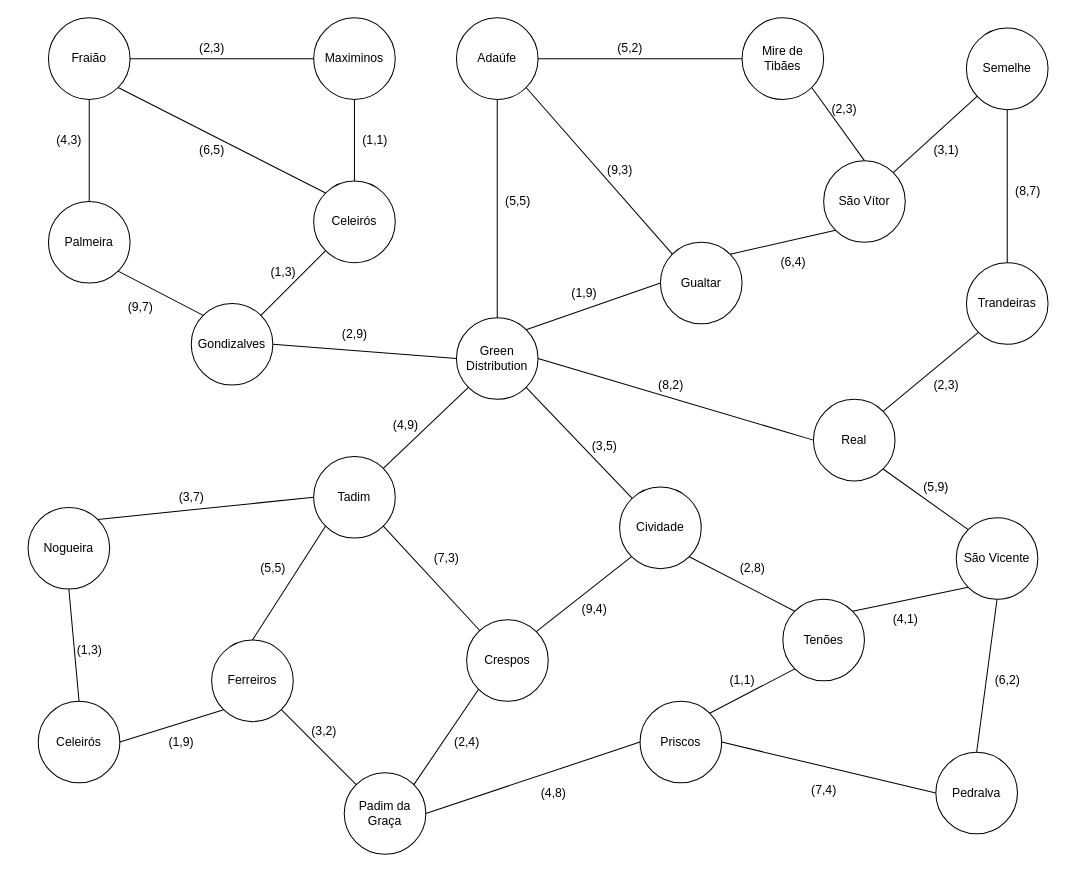
srcast/IA-2122 keeps this draw.io diagram as 2ª Fase/F2-GD-grafo.drawio. Above is the earlier version. Source tidied: cells renumbered, new cells numbered last; positions are measured from the earlier drawing's top-left corner, leaving out a move shared by most shapes. Both pictures are drawn from the tidied source at 102%, with x=0, y=0 at pixel (28, 17).
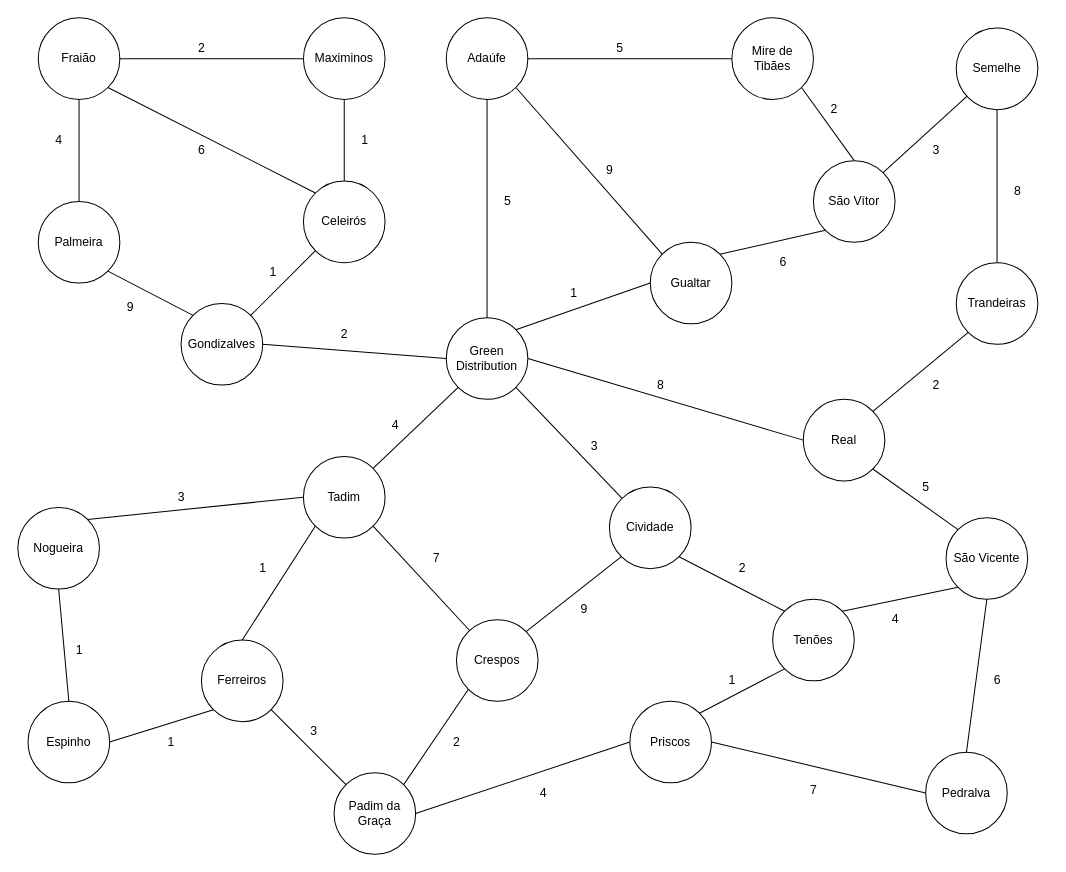
The same page after the edit.

Commit message:
grafo atualizado

Attualização do grafo:
- mudança de nodo repeito
- remoção das estimativas de tempo

The edit, as a diff of the source:
```diff
@@
     <mxCell id="2" value="Green Distribution" style="ellipse;whiteSpace=wrap;html=1;" parent="1" vertex="1">
-      <mxGeometry x="420" y="294" width="80" height="80" as="geometry" />
+      <mxGeometry x="410" y="294" width="80" height="80" as="geometry" />
     </mxCell>
     <mxCell id="3" value="Fraião" style="ellipse;whiteSpace=wrap;html=1;" parent="1" vertex="1">
-      <mxGeometry x="20" width="80" height="80" as="geometry" />
+      <mxGeometry x="10" width="80" height="80" as="geometry" />
     </mxCell>
     <mxCell id="4" value="Maximinos" style="ellipse;whiteSpace=wrap;html=1;" parent="1" vertex="1">
-      <mxGeometry x="280" width="80" height="80" as="geometry" />
+      <mxGeometry x="270" width="80" height="80" as="geometry" />
     </mxCell>
     <mxCell id="5" value="Palmeira" style="ellipse;whiteSpace=wrap;html=1;" parent="1" vertex="1">
-      <mxGeometry x="20" y="180" width="80" height="80" as="geometry" />
+      <mxGeometry x="10" y="180" width="80" height="80" as="geometry" />
     </mxCell>
     <mxCell id="6" value="Nogueira" style="ellipse;whiteSpace=wrap;html=1;" parent="1" vertex="1">
-      <mxGeometry y="480" width="80" height="80" as="geometry" />
+      <mxGeometry x="-10" y="480" width="80" height="80" as="geometry" />
     </mxCell>
     <mxCell id="7" value="Gondizalves" style="ellipse;whiteSpace=wrap;html=1;" parent="1" vertex="1">
-      <mxGeometry x="160" y="280" width="80" height="80" as="geometry" />
+      <mxGeometry x="150" y="280" width="80" height="80" as="geometry" />
     </mxCell>
     <mxCell id="8" value="Gualtar" style="ellipse;whiteSpace=wrap;html=1;" parent="1" vertex="1">
-      <mxGeometry x="620" y="220" width="80" height="80" as="geometry" />
+      <mxGeometry x="610" y="220" width="80" height="80" as="geometry" />
     </mxCell>
     <mxCell id="9" value="Celeirós" style="ellipse;whiteSpace=wrap;html=1;" parent="1" vertex="1">
-      <mxGeometry x="280" y="160" width="80" height="80" as="geometry" />
+      <mxGeometry x="270" y="160" width="80" height="80" as="geometry" />
     </mxCell>
     <mxCell id="10" value="Ferreiros" style="ellipse;whiteSpace=wrap;html=1;" parent="1" vertex="1">
-      <mxGeometry x="180" y="610" width="80" height="80" as="geometry" />
+      <mxGeometry x="170" y="610" width="80" height="80" as="geometry" />
     </mxCell>
     <mxCell id="11" value="Adaúfe" style="ellipse;whiteSpace=wrap;html=1;" parent="1" vertex="1">
-      <mxGeometry x="420" width="80" height="80" as="geometry" />
+      <mxGeometry x="410" width="80" height="80" as="geometry" />
     </mxCell>
     <mxCell id="12" value="Tadim" style="ellipse;whiteSpace=wrap;html=1;" parent="1" vertex="1">
-      <mxGeometry x="280" y="430" width="80" height="80" as="geometry" />
+      <mxGeometry x="270" y="430" width="80" height="80" as="geometry" />
     </mxCell>
     <mxCell id="13" value="Pedralva" style="ellipse;whiteSpace=wrap;html=1;" parent="1" vertex="1">
-      <mxGeometry x="890" y="720" width="80" height="80" as="geometry" />
+      <mxGeometry x="880" y="720" width="80" height="80" as="geometry" />
     </mxCell>
     <mxCell id="14" value="Mire de Tibães" style="ellipse;whiteSpace=wrap;html=1;" parent="1" vertex="1">
-      <mxGeometry x="700" width="80" height="80" as="geometry" />
+      <mxGeometry x="690" width="80" height="80" as="geometry" />
     </mxCell>
     <mxCell id="15" value="Trandeiras" style="ellipse;whiteSpace=wrap;html=1;" parent="1" vertex="1">
-      <mxGeometry x="920" y="240" width="80" height="80" as="geometry" />
+      <mxGeometry x="910" y="240" width="80" height="80" as="geometry" />
     </mxCell>
     <mxCell id="16" value="Real" style="ellipse;whiteSpace=wrap;html=1;" parent="1" vertex="1">
-      <mxGeometry x="770" y="374" width="80" height="80" as="geometry" />
+      <mxGeometry x="760" y="374" width="80" height="80" as="geometry" />
     </mxCell>
     <mxCell id="17" value="Semelhe" style="ellipse;whiteSpace=wrap;html=1;" parent="1" vertex="1">
-      <mxGeometry x="920" y="10" width="80" height="80" as="geometry" />
+      <mxGeometry x="910" y="10" width="80" height="80" as="geometry" />
     </mxCell>
     <mxCell id="18" value="São Vítor" style="ellipse;whiteSpace=wrap;html=1;" parent="1" vertex="1">
-      <mxGeometry x="780" y="140" width="80" height="80" as="geometry" />
+      <mxGeometry x="770" y="140" width="80" height="80" as="geometry" />
     </mxCell>
     <mxCell id="19" value="São Vicente" style="ellipse;whiteSpace=wrap;html=1;" parent="1" vertex="1">
-      <mxGeometry x="910" y="490" width="80" height="80" as="geometry" />
+      <mxGeometry x="900" y="490" width="80" height="80" as="geometry" />
     </mxCell>
-    <mxCell id="20" value="Celeirós" style="ellipse;whiteSpace=wrap;html=1;" parent="1" vertex="1">
-      <mxGeometry x="10" y="670" width="80" height="80" as="geometry" />
+    <mxCell id="20" value="Espinho" style="ellipse;whiteSpace=wrap;html=1;" parent="1" vertex="1">
+      <mxGeometry y="670" width="80" height="80" as="geometry" />
     </mxCell>
     <mxCell id="21" value="Padim da Graça" style="ellipse;whiteSpace=wrap;html=1;" parent="1" vertex="1">
-      <mxGeometry x="310" y="740" width="80" height="80" as="geometry" />
+      <mxGeometry x="300" y="740" width="80" height="80" as="geometry" />
     </mxCell>
     <mxCell id="22" value="Crespos" style="ellipse;whiteSpace=wrap;html=1;" parent="1" vertex="1">
-      <mxGeometry x="430" y="590" width="80" height="80" as="geometry" />
+      <mxGeometry x="420" y="590" width="80" height="80" as="geometry" />
     </mxCell>
     <mxCell id="23" value="Priscos" style="ellipse;whiteSpace=wrap;html=1;" parent="1" vertex="1">
-      <mxGeometry x="600" y="670" width="80" height="80" as="geometry" />
+      <mxGeometry x="590" y="670" width="80" height="80" as="geometry" />
     </mxCell>
     <mxCell id="24" value="Cividade" style="ellipse;whiteSpace=wrap;html=1;" parent="1" vertex="1">
-      <mxGeometry x="580" y="460" width="80" height="80" as="geometry" />
+      <mxGeometry x="570" y="460" width="80" height="80" as="geometry" />
     </mxCell>
     <mxCell id="25" value="Tenões" style="ellipse;whiteSpace=wrap;html=1;" parent="1" vertex="1">
-      <mxGeometry x="740" y="570" width="80" height="80" as="geometry" />
+      <mxGeometry x="730" y="570" width="80" height="80" as="geometry" />
     </mxCell>
@@
-    <mxCell id="56" value="(2,3)" style="text;html=1;align=center;verticalAlign=middle;strokeColor=none;fillColor=none;" parent="1" vertex="1">
-      <mxGeometry x="160" y="20" width="40" height="20" as="geometry" />
+    <mxCell id="56" value="2" style="text;html=1;align=center;verticalAlign=middle;strokeColor=none;fillColor=none;" parent="1" vertex="1">
+      <mxGeometry x="160" y="20" width="20" height="20" as="geometry" />
     </mxCell>
-    <mxCell id="57" value="(2,9)" style="text;html=1;align=center;verticalAlign=middle;strokeColor=none;fillColor=none;" parent="1" vertex="1">
-      <mxGeometry x="300" y="300" width="40" height="20" as="geometry" />
+    <mxCell id="57" value="2" style="text;html=1;align=center;verticalAlign=middle;strokeColor=none;fillColor=none;" parent="1" vertex="1">
+      <mxGeometry x="300" y="300" width="20" height="20" as="geometry" />
     </mxCell>
-    <mxCell id="58" value="(1,9)" style="text;html=1;align=center;verticalAlign=middle;strokeColor=none;fillColor=none;" parent="1" vertex="1">
-      <mxGeometry x="525" y="260" width="40" height="20" as="geometry" />
+    <mxCell id="58" value="1" style="text;html=1;align=center;verticalAlign=middle;strokeColor=none;fillColor=none;" parent="1" vertex="1">
+      <mxGeometry x="525" y="260" width="20" height="20" as="geometry" />
     </mxCell>
-    <mxCell id="59" value="(3,5)" style="text;html=1;align=center;verticalAlign=middle;strokeColor=none;fillColor=none;" parent="1" vertex="1">
-      <mxGeometry x="545" y="410" width="40" height="20" as="geometry" />
+    <mxCell id="59" value="3" style="text;html=1;align=center;verticalAlign=middle;strokeColor=none;fillColor=none;" parent="1" vertex="1">
+      <mxGeometry x="545" y="410" width="20" height="20" as="geometry" />
     </mxCell>
-    <mxCell id="60" value="(4,9)" style="text;html=1;align=center;verticalAlign=middle;strokeColor=none;fillColor=none;" parent="1" vertex="1">
-      <mxGeometry x="350" y="390" width="40" height="20" as="geometry" />
+    <mxCell id="60" value="4" style="text;html=1;align=center;verticalAlign=middle;strokeColor=none;fillColor=none;" parent="1" vertex="1">
+      <mxGeometry x="350" y="390" width="20" height="20" as="geometry" />
     </mxCell>
-    <mxCell id="61" value="(7,3)" style="text;html=1;align=center;verticalAlign=middle;strokeColor=none;fillColor=none;" parent="1" vertex="1">
-      <mxGeometry x="390" y="520" width="40" height="20" as="geometry" />
+    <mxCell id="61" value="7" style="text;html=1;align=center;verticalAlign=middle;strokeColor=none;fillColor=none;" parent="1" vertex="1">
+      <mxGeometry x="390" y="520" width="20" height="20" as="geometry" />
     </mxCell>
-    <mxCell id="62" value="(5,5)" style="text;html=1;align=center;verticalAlign=middle;strokeColor=none;fillColor=none;" parent="1" vertex="1">
-      <mxGeometry x="220" y="530" width="40" height="20" as="geometry" />
+    <mxCell id="62" value="1" style="text;html=1;align=center;verticalAlign=middle;strokeColor=none;fillColor=none;" parent="1" vertex="1">
+      <mxGeometry x="220" y="530" width="20" height="20" as="geometry" />
     </mxCell>
-    <mxCell id="63" value="(3,7)" style="text;html=1;align=center;verticalAlign=middle;strokeColor=none;fillColor=none;" parent="1" vertex="1">
-      <mxGeometry x="140" y="460" width="40" height="20" as="geometry" />
+    <mxCell id="63" value="3" style="text;html=1;align=center;verticalAlign=middle;strokeColor=none;fillColor=none;" parent="1" vertex="1">
+      <mxGeometry x="140" y="460" width="20" height="20" as="geometry" />
     </mxCell>
-    <mxCell id="64" value="(1,3)" style="text;html=1;align=center;verticalAlign=middle;strokeColor=none;fillColor=none;" parent="1" vertex="1">
-      <mxGeometry x="40" y="610" width="40" height="20" as="geometry" />
+    <mxCell id="64" value="1" style="text;html=1;align=center;verticalAlign=middle;strokeColor=none;fillColor=none;" parent="1" vertex="1">
+      <mxGeometry x="40" y="610" width="20" height="20" as="geometry" />
     </mxCell>
-    <mxCell id="65" value="(4,3)" style="text;html=1;align=center;verticalAlign=middle;strokeColor=none;fillColor=none;" parent="1" vertex="1">
-      <mxGeometry x="20" y="110" width="40" height="20" as="geometry" />
+    <mxCell id="65" value="4" style="text;html=1;align=center;verticalAlign=middle;strokeColor=none;fillColor=none;" parent="1" vertex="1">
+      <mxGeometry x="20" y="110" width="20" height="20" as="geometry" />
     </mxCell>
-    <mxCell id="66" value="(9,7)" style="text;html=1;align=center;verticalAlign=middle;strokeColor=none;fillColor=none;" parent="1" vertex="1">
-      <mxGeometry x="90" y="274" width="40" height="20" as="geometry" />
+    <mxCell id="66" value="9" style="text;html=1;align=center;verticalAlign=middle;strokeColor=none;fillColor=none;" parent="1" vertex="1">
+      <mxGeometry x="90" y="274" width="20" height="20" as="geometry" />
     </mxCell>
-    <mxCell id="67" value="(1,1)" style="text;html=1;align=center;verticalAlign=middle;strokeColor=none;fillColor=none;" parent="1" vertex="1">
-      <mxGeometry x="320" y="110" width="40" height="20" as="geometry" />
+    <mxCell id="67" value="1" style="text;html=1;align=center;verticalAlign=middle;strokeColor=none;fillColor=none;" parent="1" vertex="1">
+      <mxGeometry x="320" y="110" width="20" height="20" as="geometry" />
     </mxCell>
-    <mxCell id="68" value="(5,5)" style="text;html=1;align=center;verticalAlign=middle;strokeColor=none;fillColor=none;" parent="1" vertex="1">
-      <mxGeometry x="460" y="170" width="40" height="20" as="geometry" />
+    <mxCell id="68" value="5" style="text;html=1;align=center;verticalAlign=middle;strokeColor=none;fillColor=none;" parent="1" vertex="1">
+      <mxGeometry x="460" y="170" width="20" height="20" as="geometry" />
     </mxCell>
-    <mxCell id="69" value="(5,2)" style="text;html=1;align=center;verticalAlign=middle;strokeColor=none;fillColor=none;" parent="1" vertex="1">
-      <mxGeometry x="570" y="20" width="40" height="20" as="geometry" />
+    <mxCell id="69" value="5" style="text;html=1;align=center;verticalAlign=middle;strokeColor=none;fillColor=none;" parent="1" vertex="1">
+      <mxGeometry x="570" y="20" width="20" height="20" as="geometry" />
     </mxCell>
-    <mxCell id="70" value="(2,3)" style="text;html=1;align=center;verticalAlign=middle;strokeColor=none;fillColor=none;" parent="1" vertex="1">
-      <mxGeometry x="780" y="80" width="40" height="20" as="geometry" />
+    <mxCell id="70" value="2" style="text;html=1;align=center;verticalAlign=middle;strokeColor=none;fillColor=none;" parent="1" vertex="1">
+      <mxGeometry x="780" y="80" width="20" height="20" as="geometry" />
     </mxCell>
-    <mxCell id="71" value="(6,4)" style="text;html=1;align=center;verticalAlign=middle;strokeColor=none;fillColor=none;" parent="1" vertex="1">
-      <mxGeometry x="730" y="230" width="40" height="20" as="geometry" />
+    <mxCell id="71" value="6" style="text;html=1;align=center;verticalAlign=middle;strokeColor=none;fillColor=none;" parent="1" vertex="1">
+      <mxGeometry x="730" y="230" width="20" height="20" as="geometry" />
     </mxCell>
-    <mxCell id="72" value="(3,1)" style="text;html=1;align=center;verticalAlign=middle;strokeColor=none;fillColor=none;" parent="1" vertex="1">
-      <mxGeometry x="880" y="120" width="40" height="20" as="geometry" />
+    <mxCell id="72" value="3" style="text;html=1;align=center;verticalAlign=middle;strokeColor=none;fillColor=none;" parent="1" vertex="1">
+      <mxGeometry x="880" y="120" width="20" height="20" as="geometry" />
     </mxCell>
-    <mxCell id="73" value="(8,7)" style="text;html=1;align=center;verticalAlign=middle;strokeColor=none;fillColor=none;" parent="1" vertex="1">
-      <mxGeometry x="960" y="160" width="40" height="20" as="geometry" />
+    <mxCell id="73" value="8" style="text;html=1;align=center;verticalAlign=middle;strokeColor=none;fillColor=none;" parent="1" vertex="1">
+      <mxGeometry x="960" y="160" width="20" height="20" as="geometry" />
     </mxCell>
-    <mxCell id="74" value="(2,3)" style="text;html=1;align=center;verticalAlign=middle;strokeColor=none;fillColor=none;" parent="1" vertex="1">
-      <mxGeometry x="880" y="350" width="40" height="20" as="geometry" />
+    <mxCell id="74" value="2" style="text;html=1;align=center;verticalAlign=middle;strokeColor=none;fillColor=none;" parent="1" vertex="1">
+      <mxGeometry x="880" y="350" width="20" height="20" as="geometry" />
     </mxCell>
-    <mxCell id="75" value="(5,9)" style="text;html=1;align=center;verticalAlign=middle;strokeColor=none;fillColor=none;" parent="1" vertex="1">
-      <mxGeometry x="870" y="450" width="40" height="20" as="geometry" />
+    <mxCell id="75" value="5" style="text;html=1;align=center;verticalAlign=middle;strokeColor=none;fillColor=none;" parent="1" vertex="1">
+      <mxGeometry x="870" y="450" width="20" height="20" as="geometry" />
     </mxCell>
-    <mxCell id="76" value="(4,1)" style="text;html=1;align=center;verticalAlign=middle;strokeColor=none;fillColor=none;" parent="1" vertex="1">
-      <mxGeometry x="840" y="580" width="40" height="20" as="geometry" />
+    <mxCell id="76" value="4" style="text;html=1;align=center;verticalAlign=middle;strokeColor=none;fillColor=none;" parent="1" vertex="1">
+      <mxGeometry x="840" y="580" width="20" height="20" as="geometry" />
     </mxCell>
-    <mxCell id="77" value="(6,2)" style="text;html=1;align=center;verticalAlign=middle;strokeColor=none;fillColor=none;" parent="1" vertex="1">
-      <mxGeometry x="940" y="640" width="40" height="20" as="geometry" />
+    <mxCell id="77" value="6" style="text;html=1;align=center;verticalAlign=middle;strokeColor=none;fillColor=none;" parent="1" vertex="1">
+      <mxGeometry x="940" y="640" width="20" height="20" as="geometry" />
     </mxCell>
-    <mxCell id="78" value="(1,1)" style="text;html=1;align=center;verticalAlign=middle;strokeColor=none;fillColor=none;" parent="1" vertex="1">
-      <mxGeometry x="680" y="640" width="40" height="20" as="geometry" />
+    <mxCell id="78" value="1" style="text;html=1;align=center;verticalAlign=middle;strokeColor=none;fillColor=none;" parent="1" vertex="1">
+      <mxGeometry x="680" y="640" width="20" height="20" as="geometry" />
     </mxCell>
-    <mxCell id="79" value="(7,4)" style="text;html=1;align=center;verticalAlign=middle;strokeColor=none;fillColor=none;" parent="1" vertex="1">
-      <mxGeometry x="760" y="747" width="40" height="20" as="geometry" />
+    <mxCell id="79" value="7" style="text;html=1;align=center;verticalAlign=middle;strokeColor=none;fillColor=none;" parent="1" vertex="1">
+      <mxGeometry x="760" y="747" width="20" height="20" as="geometry" />
     </mxCell>
-    <mxCell id="80" value="(2,4)" style="text;html=1;align=center;verticalAlign=middle;strokeColor=none;fillColor=none;" parent="1" vertex="1">
-      <mxGeometry x="410" y="700" width="40" height="20" as="geometry" />
+    <mxCell id="80" value="2" style="text;html=1;align=center;verticalAlign=middle;strokeColor=none;fillColor=none;" parent="1" vertex="1">
+      <mxGeometry x="410" y="700" width="20" height="20" as="geometry" />
     </mxCell>
-    <mxCell id="81" value="(3,2)" style="text;html=1;align=center;verticalAlign=middle;strokeColor=none;fillColor=none;" parent="1" vertex="1">
-      <mxGeometry x="270" y="690" width="40" height="20" as="geometry" />
+    <mxCell id="81" value="3" style="text;html=1;align=center;verticalAlign=middle;strokeColor=none;fillColor=none;" parent="1" vertex="1">
+      <mxGeometry x="270" y="690" width="20" height="20" as="geometry" />
     </mxCell>
-    <mxCell id="82" value="(9,4)" style="text;html=1;align=center;verticalAlign=middle;strokeColor=none;fillColor=none;" parent="1" vertex="1">
-      <mxGeometry x="535" y="570" width="40" height="20" as="geometry" />
+    <mxCell id="82" value="9" style="text;html=1;align=center;verticalAlign=middle;strokeColor=none;fillColor=none;" parent="1" vertex="1">
+      <mxGeometry x="535" y="570" width="20" height="20" as="geometry" />
     </mxCell>
-    <mxCell id="83" value="(2,8)" style="text;html=1;align=center;verticalAlign=middle;strokeColor=none;fillColor=none;" parent="1" vertex="1">
-      <mxGeometry x="690" y="530" width="40" height="20" as="geometry" />
+    <mxCell id="83" value="2" style="text;html=1;align=center;verticalAlign=middle;strokeColor=none;fillColor=none;" parent="1" vertex="1">
+      <mxGeometry x="690" y="530" width="20" height="20" as="geometry" />
     </mxCell>
@@
-    <mxCell id="85" value="(9,3)" style="text;html=1;align=center;verticalAlign=middle;strokeColor=none;fillColor=none;" parent="1" vertex="1">
-      <mxGeometry x="560" y="140" width="40" height="20" as="geometry" />
+    <mxCell id="85" value="9" style="text;html=1;align=center;verticalAlign=middle;strokeColor=none;fillColor=none;" parent="1" vertex="1">
+      <mxGeometry x="560" y="140" width="20" height="20" as="geometry" />
     </mxCell>
@@
-    <mxCell id="87" value="(6,5)" style="text;html=1;align=center;verticalAlign=middle;strokeColor=none;fillColor=none;" parent="1" vertex="1">
-      <mxGeometry x="160" y="120" width="40" height="20" as="geometry" />
+    <mxCell id="87" value="6" style="text;html=1;align=center;verticalAlign=middle;strokeColor=none;fillColor=none;" parent="1" vertex="1">
+      <mxGeometry x="160" y="120" width="20" height="20" as="geometry" />
     </mxCell>
-    <mxCell id="88" value="(1,3)" style="text;html=1;align=center;verticalAlign=middle;strokeColor=none;fillColor=none;" parent="1" vertex="1">
-      <mxGeometry x="230" y="240" width="40" height="20" as="geometry" />
+    <mxCell id="88" value="1" style="text;html=1;align=center;verticalAlign=middle;strokeColor=none;fillColor=none;" parent="1" vertex="1">
+      <mxGeometry x="230" y="240" width="20" height="20" as="geometry" />
     </mxCell>
@@
-    <mxCell id="90" value="(8,2)" style="text;html=1;align=center;verticalAlign=middle;strokeColor=none;fillColor=none;" parent="1" vertex="1">
-      <mxGeometry x="610" y="350" width="40" height="20" as="geometry" />
+    <mxCell id="90" value="8" style="text;html=1;align=center;verticalAlign=middle;strokeColor=none;fillColor=none;" parent="1" vertex="1">
+      <mxGeometry x="610" y="350" width="20" height="20" as="geometry" />
     </mxCell>
@@
-    <mxCell id="92" value="(4,8)" style="text;html=1;align=center;verticalAlign=middle;strokeColor=none;fillColor=none;" parent="1" vertex="1">
-      <mxGeometry x="495" y="750" width="40" height="20" as="geometry" />
+    <mxCell id="92" value="4" style="text;html=1;align=center;verticalAlign=middle;strokeColor=none;fillColor=none;" parent="1" vertex="1">
+      <mxGeometry x="495" y="750" width="20" height="20" as="geometry" />
     </mxCell>
-    <mxCell id="93" value="(1,9)" style="text;html=1;align=center;verticalAlign=middle;strokeColor=none;fillColor=none;" parent="1" vertex="1">
-      <mxGeometry x="130" y="700" width="40" height="20" as="geometry" />
+    <mxCell id="93" value="1" style="text;html=1;align=center;verticalAlign=middle;strokeColor=none;fillColor=none;" parent="1" vertex="1">
+      <mxGeometry x="130" y="700" width="20" height="20" as="geometry" />
     </mxCell>
```
